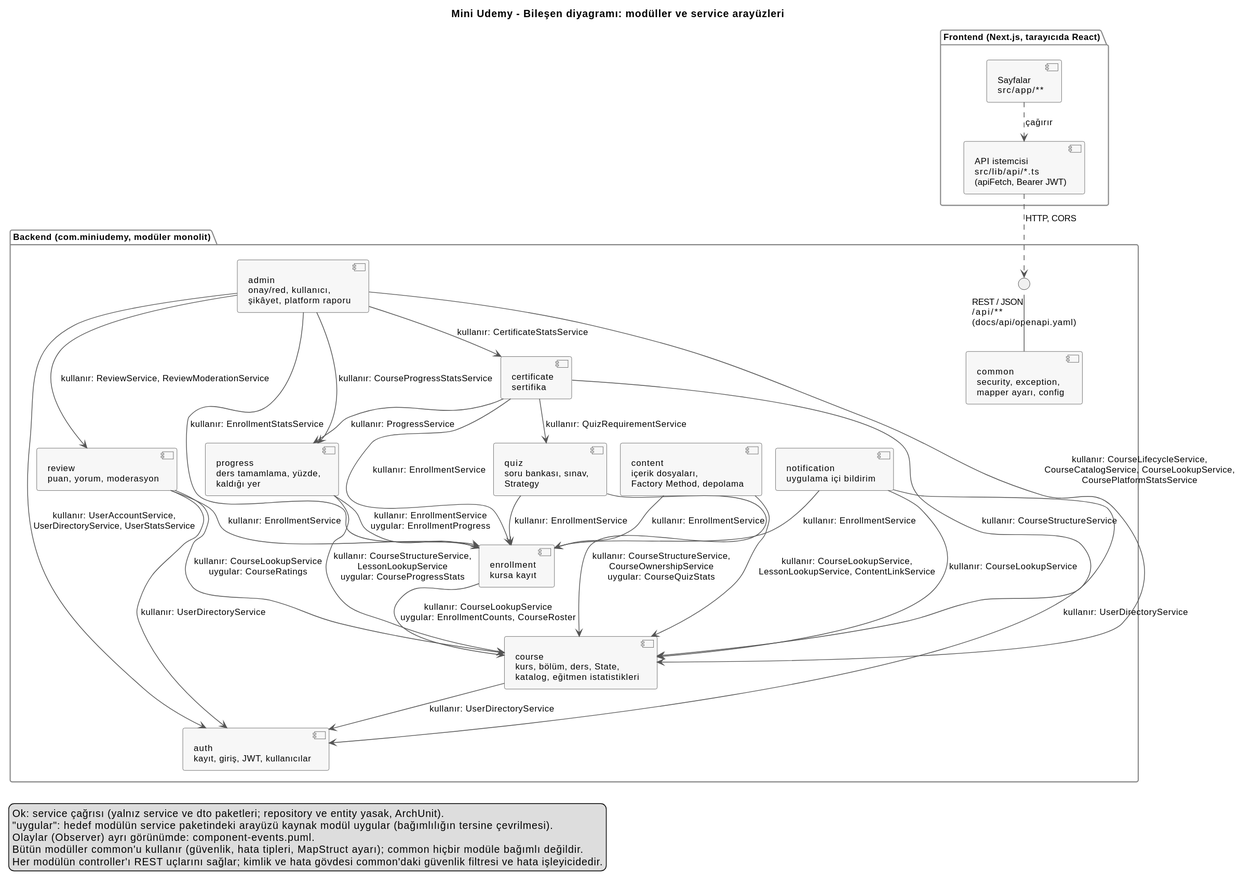
Above: docs/diagrams/component.svg in Bertanokt/mini-udemy (PlantUML), before the change. Its diagram source:
```plantuml
@startuml
!pragma layout smetana
skinparam shadowing false
skinparam defaultFontSize 12
skinparam componentStyle uml2
skinparam ArrowColor #555555
skinparam component {
  BackgroundColor #F7F7F7
  BorderColor #444444
}
skinparam package {
  BorderColor #888888
}

title Mini Udemy - Bileşen diyagramı: modüller ve service arayüzleri

package "Frontend (Next.js, tarayıcıda React)" {
  component "Sayfalar\nsrc/app/**" as pages
  component "API istemcisi\nsrc/lib/api/*.ts\n(apiFetch, Bearer JWT)" as apiclient
}

package "Backend (com.miniudemy, modüler monolit)" {
  interface "REST / JSON\n/api/**\n(docs/api/openapi.yaml)" as rest

  component "common\nsecurity, exception,\nmapper ayarı, config" as common

  component "auth\nkayıt, giriş, JWT, kullanıcılar" as auth
  component "course\nkurs, bölüm, ders, State,\nkatalog, eğitmen istatistikleri" as course
  component "enrollment\nkursa kayıt" as enrollment
  component "content\niçerik dosyaları,\nFactory Method, depolama" as content
  component "progress\nders tamamlama, yüzde,\nkaldığı yer" as progress
  component "quiz\nsoru bankası, sınav,\nStrategy" as quiz
  component "certificate\nsertifika" as certificate
  component "review\npuan, yorum, moderasyon" as review
  component "notification\nuygulama içi bildirim" as notification
  component "admin\nonay/red, kullanıcı,\nşikâyet, platform raporu" as admin
}

pages ..> apiclient : çağırır
apiclient ..> rest : HTTP, CORS
rest -- common

course --> auth : kullanır: UserDirectoryService
enrollment --> course : kullanır: CourseLookupService\nuygular: EnrollmentCounts, CourseRoster
content --> course : kullanır: CourseLookupService,\nLessonLookupService, ContentLinkService
content --> enrollment : kullanır: EnrollmentService
progress --> course : kullanır: CourseStructureService,\nLessonLookupService\nuygular: CourseProgressStats
progress --> enrollment : kullanır: EnrollmentService\nuygular: EnrollmentProgress
quiz --> course : kullanır: CourseStructureService,\nCourseOwnershipService\nuygular: CourseQuizStats
quiz --> enrollment : kullanır: EnrollmentService
certificate --> course : kullanır: CourseStructureService
certificate --> enrollment : kullanır: EnrollmentService
certificate --> progress : kullanır: ProgressService
certificate --> quiz : kullanır: QuizRequirementService
review --> auth : kullanır: UserDirectoryService
review --> course : kullanır: CourseLookupService\nuygular: CourseRatings
review --> enrollment : kullanır: EnrollmentService
notification --> auth : kullanır: UserDirectoryService
notification --> course : kullanır: CourseLookupService
notification --> enrollment : kullanır: EnrollmentService
admin --> auth : kullanır: UserAccountService,\nUserDirectoryService, UserStatsService
admin --> course : kullanır: CourseLifecycleService,\nCourseCatalogService, CourseLookupService,\nCoursePlatformStatsService
admin --> enrollment : kullanır: EnrollmentStatsService
admin --> progress : kullanır: CourseProgressStatsService
admin --> certificate : kullanır: CertificateStatsService
admin --> review : kullanır: ReviewService, ReviewModerationService

legend bottom left
  Ok: service çağrısı (yalnız service ve dto paketleri; repository ve entity yasak, ArchUnit).
  "uygular": hedef modülün service paketindeki arayüzü kaynak modül uygular (bağımlılığın tersine çevrilmesi).
  Olaylar (Observer) ayrı görünümde: component-events.puml.
  Bütün modüller common'u kullanır (güvenlik, hata tipleri, MapStruct ayarı); common hiçbir modüle bağımlı değildir.
  Her modülün controller'ı REST uçlarını sağlar; kimlik ve hata gövdesi common'daki güvenlik filtresi ve hata işleyicidedir.
endlegend
@enduml
```
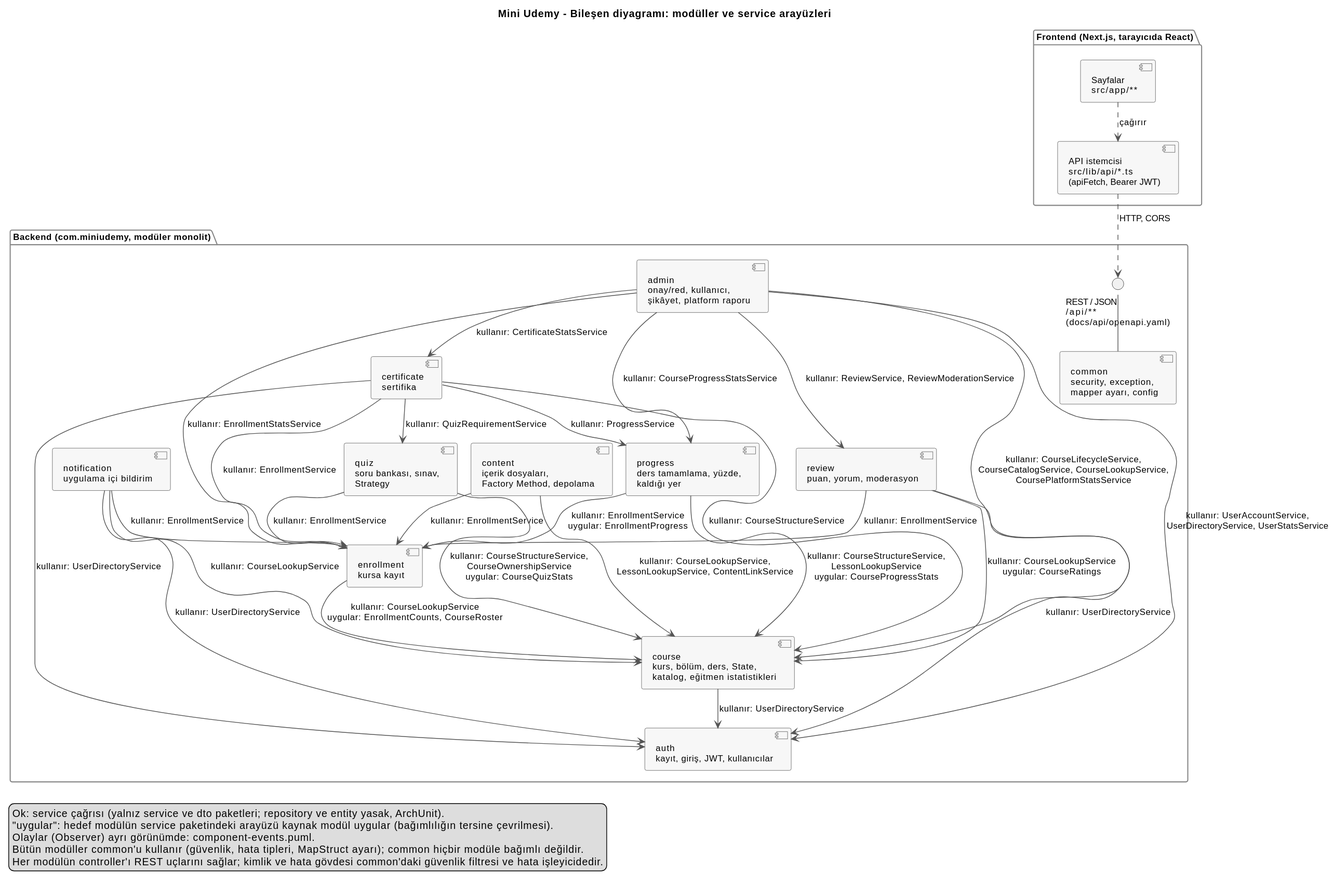
Above is the later version.

Commit message:
docs(diagram): bileşen diyagramına certificate → auth (#91)

#130 ile certificate, kursiyer adını auth/service/UserDirectoryService'ten
alıyor (ModuleArchitectureTest.ALLOWED). ComponentDiagramTest bu ok
olmadan kırmızıydı.

Refs #91

Diff of the diagram source:
```diff
@@ -48,6 +48,7 @@
 progress --> enrollment : kullanır: EnrollmentService\nuygular: EnrollmentProgress
 quiz --> course : kullanır: CourseStructureService,\nCourseOwnershipService\nuygular: CourseQuizStats
 quiz --> enrollment : kullanır: EnrollmentService
+certificate --> auth : kullanır: UserDirectoryService
 certificate --> course : kullanır: CourseStructureService
 certificate --> enrollment : kullanır: EnrollmentService
 certificate --> progress : kullanır: ProgressService
```
